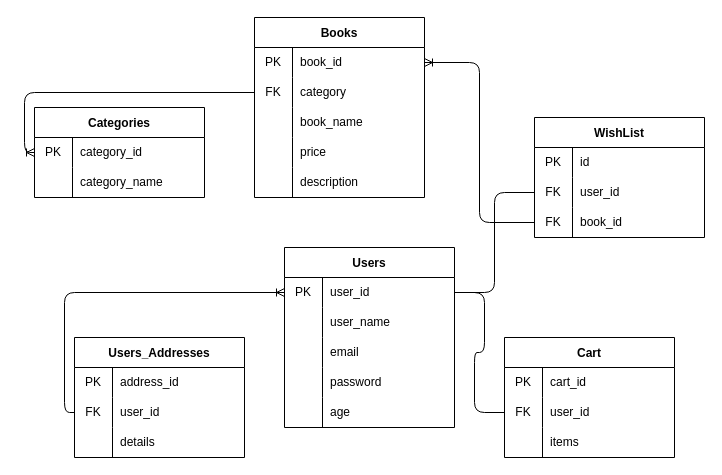
Before: db.drawio in Sameh-Sany/books_store, a draw.io diagram. Source tidied: cells renumbered, new cells numbered last; positions are measured from the earlier drawing's top-left corner, leaving out a move shared by most shapes. Both pictures are drawn from the tidied source at 100%, with x=0, y=0 at pixel (34, 17).
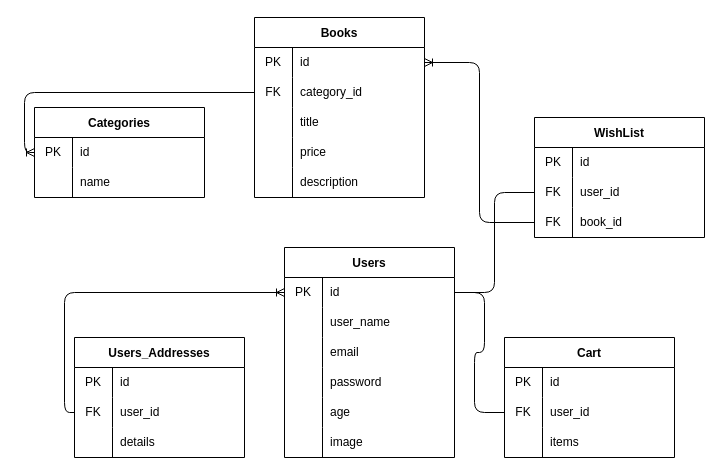
The same diagram, later.

The change refers to these unchanged cells:
```xml
<mxCell id="3" style="shape=tableRow;horizontal=0;startSize=0;swimlaneHead=0;swimlaneBody=0;top=0;left=0;bottom=0;right=0;fillColor=none;points=[[0,0.5],[1,0.5]];portConstraint=eastwest;" parent="2" vertex="1">
  <mxGeometry y="30" width="170" height="30" as="geometry" />
</mxCell>
<mxCell id="19" style="shape=tableRow;horizontal=0;startSize=0;swimlaneHead=0;swimlaneBody=0;top=0;left=0;bottom=0;right=0;fillColor=none;points=[[0,0.5],[1,0.5]];portConstraint=eastwest;" parent="18" vertex="1">
  <mxGeometry y="30" width="170" height="30" as="geometry" />
</mxCell>
<mxCell id="22" style="shape=tableRow;horizontal=0;startSize=0;swimlaneHead=0;swimlaneBody=0;top=0;left=0;bottom=0;right=0;fillColor=none;points=[[0,0.5],[1,0.5]];portConstraint=eastwest;" parent="18" vertex="1">
  <mxGeometry y="60" width="170" height="30" as="geometry" />
</mxCell>
<mxCell id="25" style="shape=tableRow;horizontal=0;startSize=0;swimlaneHead=0;swimlaneBody=0;top=0;left=0;bottom=0;right=0;fillColor=none;" parent="18" vertex="1">
  <mxGeometry y="90" width="170" height="30" as="geometry" />
</mxCell>
<mxCell id="35" style="shape=tableRow;horizontal=0;startSize=0;swimlaneHead=0;swimlaneBody=0;top=0;left=0;bottom=0;right=0;fillColor=none;points=[[0,0.5],[1,0.5]];portConstraint=eastwest;" parent="34" vertex="1">
  <mxGeometry y="30" width="170" height="30" as="geometry" />
</mxCell>
<mxCell id="38" style="shape=tableRow;horizontal=0;startSize=0;swimlaneHead=0;swimlaneBody=0;top=0;left=0;bottom=0;right=0;fillColor=none;" parent="34" vertex="1">
  <mxGeometry y="60" width="170" height="30" as="geometry" />
</mxCell>
<mxCell id="42" style="shape=tableRow;horizontal=0;startSize=0;swimlaneHead=0;swimlaneBody=0;top=0;left=0;bottom=0;right=0;fillColor=none;" parent="41" vertex="1">
  <mxGeometry y="30" width="170" height="30" as="geometry" />
</mxCell>
<mxCell id="52" style="shape=tableRow;horizontal=0;startSize=0;swimlaneHead=0;swimlaneBody=0;top=0;left=0;bottom=0;right=0;fillColor=none;" parent="51" vertex="1">
  <mxGeometry y="30" width="170" height="30" as="geometry" />
</mxCell>
```

What changed in the source:
```diff
@@
     <mxCell id="2" value="Users" style="shape=table;startSize=30;childLayout=tableLayout;rowLines=0;fontStyle=1;" parent="1" vertex="1">
-      <mxGeometry x="250" y="230" width="170" height="180" as="geometry" />
+      <mxGeometry x="250" y="230" width="170" height="210" as="geometry" />
     </mxCell>
@@
-    <mxCell id="5" value="user_id" style="shape=partialRectangle;html=1;whiteSpace=wrap;fillColor=none;top=0;left=0;bottom=0;right=0;align=left;spacingLeft=6;overflow=hidden;" parent="3" vertex="1">
+    <mxCell id="5" value="id" style="shape=partialRectangle;html=1;whiteSpace=wrap;fillColor=none;top=0;left=0;bottom=0;right=0;align=left;spacingLeft=6;overflow=hidden;" parent="3" vertex="1">
       <mxGeometry x="38" width="132" height="30" as="geometry" />
     </mxCell>
@@
+    <mxCell id="76" style="shape=tableRow;horizontal=0;startSize=0;swimlaneHead=0;swimlaneBody=0;top=0;left=0;bottom=0;right=0;fillColor=none;" parent="2" vertex="1">
+      <mxGeometry y="180" width="170" height="30" as="geometry" />
+    </mxCell>
+    <mxCell id="77" style="shape=partialRectangle;html=1;whiteSpace=wrap;fillColor=none;top=0;left=0;bottom=0;right=0;overflow=hidden;" parent="76" vertex="1">
+      <mxGeometry width="38" height="30" as="geometry" />
+    </mxCell>
+    <mxCell id="78" value="image" style="shape=partialRectangle;html=1;whiteSpace=wrap;fillColor=none;top=0;left=0;bottom=0;right=0;align=left;spacingLeft=6;overflow=hidden;" parent="76" vertex="1">
+      <mxGeometry x="38" width="132" height="30" as="geometry" />
+    </mxCell>
@@
-    <mxCell id="21" value="book_id" style="shape=partialRectangle;html=1;whiteSpace=wrap;fillColor=none;top=0;left=0;bottom=0;right=0;align=left;spacingLeft=6;overflow=hidden;" parent="19" vertex="1">
+    <mxCell id="21" value="id" style="shape=partialRectangle;html=1;whiteSpace=wrap;fillColor=none;top=0;left=0;bottom=0;right=0;align=left;spacingLeft=6;overflow=hidden;" parent="19" vertex="1">
       <mxGeometry x="38" width="132" height="30" as="geometry" />
     </mxCell>
@@
-    <mxCell id="24" value="category" style="shape=partialRectangle;html=1;whiteSpace=wrap;fillColor=none;top=0;left=0;bottom=0;right=0;align=left;spacingLeft=6;overflow=hidden;" parent="22" vertex="1">
+    <mxCell id="24" value="category_id" style="shape=partialRectangle;html=1;whiteSpace=wrap;fillColor=none;top=0;left=0;bottom=0;right=0;align=left;spacingLeft=6;overflow=hidden;" parent="22" vertex="1">
       <mxGeometry x="38" width="132" height="30" as="geometry" />
     </mxCell>
@@
-    <mxCell id="27" value="book_name" style="shape=partialRectangle;html=1;whiteSpace=wrap;fillColor=none;top=0;left=0;bottom=0;right=0;align=left;spacingLeft=6;overflow=hidden;" parent="25" vertex="1">
+    <mxCell id="27" value="title" style="shape=partialRectangle;html=1;whiteSpace=wrap;fillColor=none;top=0;left=0;bottom=0;right=0;align=left;spacingLeft=6;overflow=hidden;" parent="25" vertex="1">
       <mxGeometry x="38" width="132" height="30" as="geometry" />
     </mxCell>
@@
-    <mxCell id="37" value="category_id" style="shape=partialRectangle;html=1;whiteSpace=wrap;fillColor=none;top=0;left=0;bottom=0;right=0;align=left;spacingLeft=6;overflow=hidden;" parent="35" vertex="1">
+    <mxCell id="37" value="id" style="shape=partialRectangle;html=1;whiteSpace=wrap;fillColor=none;top=0;left=0;bottom=0;right=0;align=left;spacingLeft=6;overflow=hidden;" parent="35" vertex="1">
       <mxGeometry x="38" width="132" height="30" as="geometry" />
     </mxCell>
@@
-    <mxCell id="40" value="category_name" style="shape=partialRectangle;html=1;whiteSpace=wrap;fillColor=none;top=0;left=0;bottom=0;right=0;align=left;spacingLeft=6;overflow=hidden;" parent="38" vertex="1">
+    <mxCell id="40" value="name" style="shape=partialRectangle;html=1;whiteSpace=wrap;fillColor=none;top=0;left=0;bottom=0;right=0;align=left;spacingLeft=6;overflow=hidden;" parent="38" vertex="1">
       <mxGeometry x="38" width="132" height="30" as="geometry" />
     </mxCell>
@@
-    <mxCell id="44" value="address_id" style="shape=partialRectangle;html=1;whiteSpace=wrap;fillColor=none;top=0;left=0;bottom=0;right=0;align=left;spacingLeft=6;overflow=hidden;" parent="42" vertex="1">
+    <mxCell id="44" value="id" style="shape=partialRectangle;html=1;whiteSpace=wrap;fillColor=none;top=0;left=0;bottom=0;right=0;align=left;spacingLeft=6;overflow=hidden;" parent="42" vertex="1">
       <mxGeometry x="38" width="132" height="30" as="geometry" />
     </mxCell>
@@
-    <mxCell id="54" value="cart_id" style="shape=partialRectangle;html=1;whiteSpace=wrap;fillColor=none;top=0;left=0;bottom=0;right=0;align=left;spacingLeft=6;overflow=hidden;" parent="52" vertex="1">
+    <mxCell id="54" value="id" style="shape=partialRectangle;html=1;whiteSpace=wrap;fillColor=none;top=0;left=0;bottom=0;right=0;align=left;spacingLeft=6;overflow=hidden;" parent="52" vertex="1">
       <mxGeometry x="38" width="132" height="30" as="geometry" />
     </mxCell>
```
